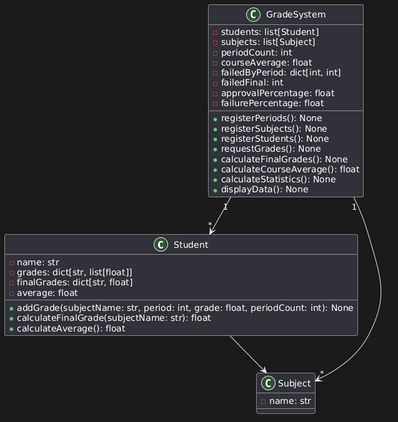
Earlier version of the PlantUML export diagrams/classDiagram.png (juanjosegf7/sistema-de-notas). Source of this version:
```plantuml
@startuml
class Student {
  - name: str
  - grades: dict[str, list[float]]
  - finalGrades: dict[str, float]
  - average: float
  + addGrade(subjectName: str, period: int, grade: float, periodCount: int): None
  + calculateFinalGrade(subjectName: str): float
  + calculateAverage(): float
}

class Subject {
  - name: str
}

class GradeSystem {
  - students: list[Student]
  - subjects: list[Subject]
  - periodCount: int
  - courseAverage: float
  - failedByPeriod: dict[int, int]
  - failedFinal: int
  - approvalPercentage: float
  - failurePercentage: float
  + registerPeriods(): None
  + registerSubjects(): None
  + registerStudents(): None
  + requestGrades(): None
  + calculateFinalGrades(): None
  + calculateCourseAverage(): float
  + calculateStatistics(): None
  + displayData(): None
}

GradeSystem "1" --> "*" Student
GradeSystem "1" --> "*" Subject
Student --> Subject
@enduml
```
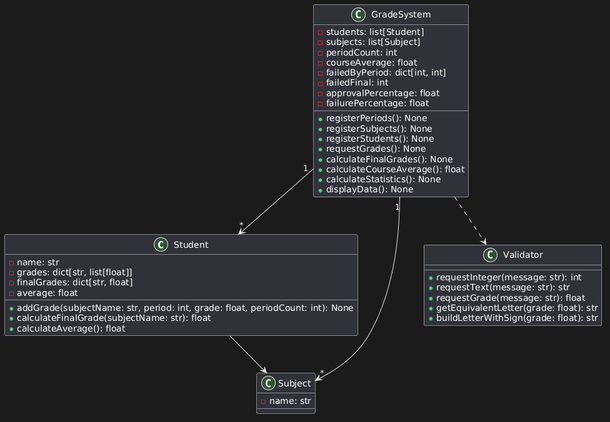
The same diagram one commit later.

Commit message:
Feature: Conditional and repetitive instructions are added, in addition to all output calculations, and the UML diagram is updated.

Diff of the diagram source:
```diff
@@ -32,7 +32,16 @@
   + displayData(): None
 }
 
+class Validator {
+  + requestInteger(message: str): int
+  + requestText(message: str): str
+  + requestGrade(message: str): float
+  + getEquivalentLetter(grade: float): str
+  + buildLetterWithSign(grade: float): str
+}
+
 GradeSystem "1" --> "*" Student
 GradeSystem "1" --> "*" Subject
 Student --> Subject
+GradeSystem ..> Validator
 @enduml
```
